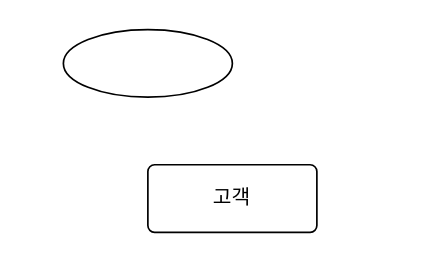
kparkjun/erd keeps this draw.io diagram as 제목 없는 다이어그램.drawio. Above is the earlier version. Source tidied: cells renumbered, new cells numbered last; positions are measured from the earlier drawing's top-left corner, leaving out a move shared by most shapes. Both pictures are drawn from the tidied source at 169%, with x=0, y=0 at pixel (63, 29).
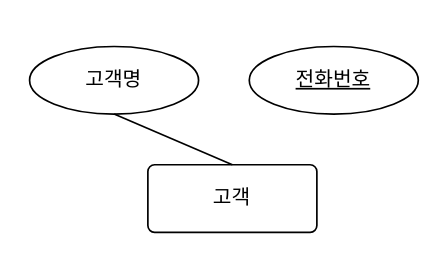
The same diagram, later.

Commit message (it also covers changes not shown here):
제목 없는 다이어그램.drawio 업데이트

Diff of the diagram source:
```diff
@@
 <mxGraphModel>
   <root>
     <mxCell id="0" />
     <mxCell id="1" parent="0" />
     <mxCell id="2" value="고객" style="rounded=1;arcSize=10;whiteSpace=wrap;html=1;align=center;" parent="1" vertex="1">
       <mxGeometry x="50" y="80" width="100" height="40" as="geometry" />
     </mxCell>
-    <mxCell id="3" style="ellipse;whiteSpace=wrap;html=1;align=center;" parent="1" vertex="1">
-      <mxGeometry width="100" height="40" as="geometry" />
+    <mxCell id="3" value="고객명" style="ellipse;whiteSpace=wrap;html=1;align=center;" parent="1" vertex="1">
+      <mxGeometry x="-20" y="10" width="100" height="40" as="geometry" />
     </mxCell>
+    <mxCell id="4" style="endArrow=none;html=1;rounded=0;exitX=0.5;exitY=1;exitDx=0;exitDy=0;entryX=0.5;entryY=0;entryDx=0;entryDy=0;" parent="1" edge="1" source="3" target="2">
+      <mxGeometry relative="1" as="geometry" />
+    </mxCell>
+    <mxCell id="5" value="전화번호" style="ellipse;whiteSpace=wrap;html=1;align=center;fontStyle=4;" parent="1" vertex="1">
+      <mxGeometry x="110" y="10" width="100" height="40" as="geometry" />
+    </mxCell>
   </root>
 </mxGraphModel>
```
